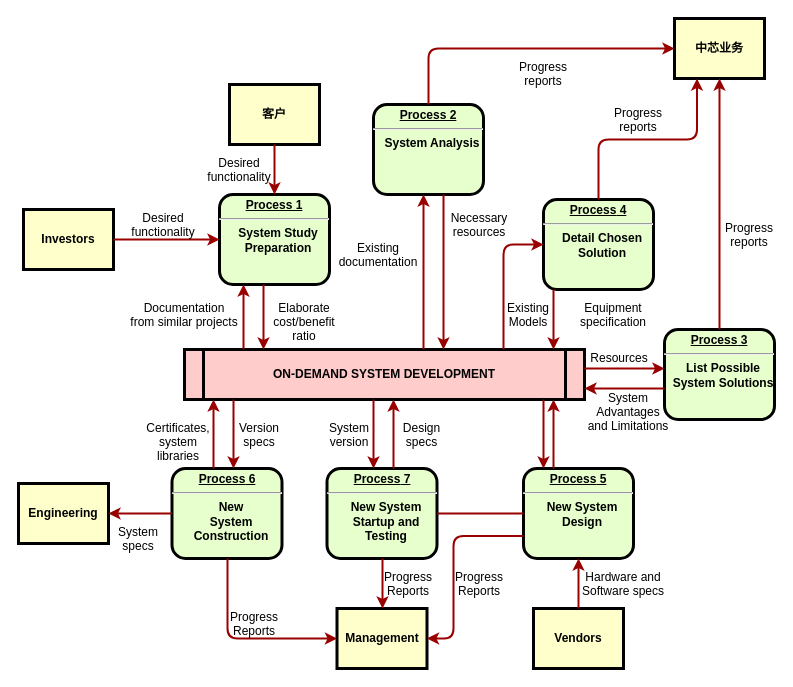
This is md/中芯供应链流程.drawio from techctu/Weki, a draw.io file, before an edit. Source tidied: cells renumbered, new cells numbered last; positions are measured from the earlier drawing's top-left corner, leaving out a move shared by most shapes. Both pictures are drawn from the tidied source at 100%, with x=0, y=0 at pixel (18, 18).
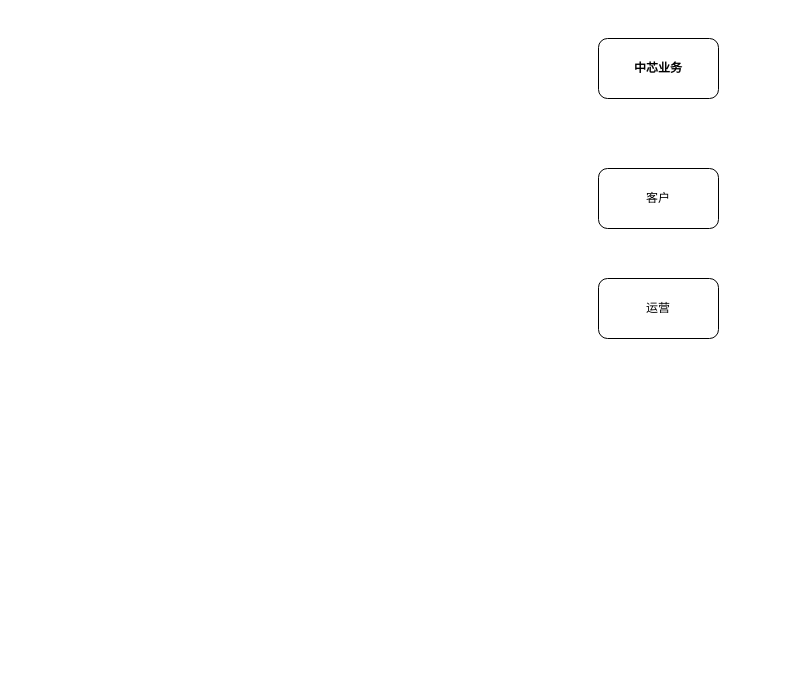
After the change.

Commit message (it also covers changes not shown here):
Update 中芯供应链流程.drawio

The edit, as a diff of the source:
```diff
@@
-    <mxCell id="2" value="&lt;p style=&quot;margin: 0px; margin-top: 4px; text-align: center; text-decoration: underline;&quot;&gt;&lt;strong&gt;Process 1&lt;br /&gt;&lt;/strong&gt;&lt;/p&gt;&lt;hr /&gt;&lt;p style=&quot;margin: 0px; margin-left: 8px;&quot;&gt;System Study&lt;/p&gt;&lt;p style=&quot;margin: 0px; margin-left: 8px;&quot;&gt;Preparation&lt;/p&gt;" style="verticalAlign=middle;align=center;overflow=fill;fontSize=12;fontFamily=Helvetica;html=1;rounded=1;fontStyle=1;strokeWidth=3;fillColor=#E6FFCC;" parent="1" vertex="1">
-      <mxGeometry x="201" y="176" width="110" height="90" as="geometry" />
-    </mxCell>
+    <mxCell id="11" value="&lt;b&gt;中芯业务&lt;/b&gt;" style="rounded=1;whiteSpace=wrap;html=1;" parent="1" vertex="1">
+      <mxGeometry x="580" y="20" width="120" height="60" as="geometry" />
+    </mxCell>
-    <mxCell id="3" value="客户" style="whiteSpace=wrap;align=center;verticalAlign=middle;fontStyle=1;strokeWidth=3;fillColor=#FFFFCC;" parent="1" vertex="1">
-      <mxGeometry x="211" y="66" width="90" height="60" as="geometry" />
+    <mxCell id="3" value="客户" style="rounded=1;whiteSpace=wrap;html=1;" parent="1" vertex="1">
+      <mxGeometry x="580" y="150" width="120" height="60" as="geometry" />
     </mxCell>
-    <mxCell id="4" value="Investors" style="whiteSpace=wrap;align=center;verticalAlign=middle;fontStyle=1;strokeWidth=3;fillColor=#FFFFCC;" parent="1" vertex="1">
-      <mxGeometry x="5" y="191" width="90" height="60" as="geometry" />
-    </mxCell>
-    <mxCell id="5" value="ON-DEMAND SYSTEM DEVELOPMENT" style="shape=process;whiteSpace=wrap;align=center;verticalAlign=middle;size=0.0475;fontStyle=1;strokeWidth=3;fillColor=#FFCCCC;" parent="1" vertex="1">
-      <mxGeometry x="166" y="331" width="400" height="50" as="geometry" />
-    </mxCell>
-    <mxCell id="6" value="&lt;p style=&quot;margin: 0px; margin-top: 4px; text-align: center; text-decoration: underline;&quot;&gt;&lt;strong&gt;Process 2&lt;br /&gt;&lt;/strong&gt;&lt;/p&gt;&lt;hr /&gt;&lt;p style=&quot;margin: 0px; margin-left: 8px;&quot;&gt;System Analysis&lt;/p&gt;" style="verticalAlign=middle;align=center;overflow=fill;fontSize=12;fontFamily=Helvetica;html=1;rounded=1;fontStyle=1;strokeWidth=3;fillColor=#E6FFCC;" parent="1" vertex="1">
-      <mxGeometry x="355" y="86" width="110" height="90" as="geometry" />
-    </mxCell>
-    <mxCell id="7" value="&lt;p style=&quot;margin: 0px; margin-top: 4px; text-align: center; text-decoration: underline;&quot;&gt;&lt;strong&gt;&lt;strong&gt;Process&lt;/strong&gt; 3&lt;br /&gt;&lt;/strong&gt;&lt;/p&gt;&lt;hr /&gt;&lt;p style=&quot;margin: 0px; margin-left: 8px;&quot;&gt;List Possible&lt;/p&gt;&lt;p style=&quot;margin: 0px; margin-left: 8px;&quot;&gt;System Solutions&lt;/p&gt;" style="verticalAlign=middle;align=center;overflow=fill;fontSize=12;fontFamily=Helvetica;html=1;rounded=1;fontStyle=1;strokeWidth=3;fillColor=#E6FFCC;" parent="1" vertex="1">
-      <mxGeometry x="646" y="311" width="110" height="90" as="geometry" />
-    </mxCell>
-    <mxCell id="8" value="&lt;p style=&quot;margin: 0px; margin-top: 4px; text-align: center; text-decoration: underline;&quot;&gt;&lt;strong&gt;&lt;strong&gt;Process&lt;/strong&gt; 4&lt;br /&gt;&lt;/strong&gt;&lt;/p&gt;&lt;hr /&gt;&lt;p style=&quot;margin: 0px; margin-left: 8px;&quot;&gt;Detail Chosen&lt;/p&gt;&lt;p style=&quot;margin: 0px; margin-left: 8px;&quot;&gt;Solution&lt;/p&gt;" style="verticalAlign=middle;align=center;overflow=fill;fontSize=12;fontFamily=Helvetica;html=1;rounded=1;fontStyle=1;strokeWidth=3;fillColor=#E6FFCC;" parent="1" vertex="1">
-      <mxGeometry x="525" y="181" width="110" height="90" as="geometry" />
-    </mxCell>
-    <mxCell id="9" value="&lt;p style=&quot;margin: 0px; margin-top: 4px; text-align: center; text-decoration: underline;&quot;&gt;&lt;strong&gt;&lt;strong&gt;Process&lt;/strong&gt; 5&lt;br /&gt;&lt;/strong&gt;&lt;/p&gt;&lt;hr /&gt;&lt;p style=&quot;margin: 0px; margin-left: 8px;&quot;&gt;New System&lt;/p&gt;&lt;p style=&quot;margin: 0px; margin-left: 8px;&quot;&gt;Design&lt;/p&gt;" style="verticalAlign=middle;align=center;overflow=fill;fontSize=12;fontFamily=Helvetica;html=1;rounded=1;fontStyle=1;strokeWidth=3;fillColor=#E6FFCC;" parent="1" vertex="1">
-      <mxGeometry x="505" y="450" width="110" height="90" as="geometry" />
-    </mxCell>
-    <mxCell id="10" value="&lt;p style=&quot;margin: 0px; margin-top: 4px; text-align: center; text-decoration: underline;&quot;&gt;&lt;strong&gt;&lt;strong&gt;Process&lt;/strong&gt; 6&lt;br /&gt;&lt;/strong&gt;&lt;/p&gt;&lt;hr /&gt;&lt;p style=&quot;margin: 0px; margin-left: 8px;&quot;&gt;New&lt;/p&gt;&lt;p style=&quot;margin: 0px; margin-left: 8px;&quot;&gt;System&lt;/p&gt;&lt;p style=&quot;margin: 0px; margin-left: 8px;&quot;&gt;Construction&lt;/p&gt;" style="verticalAlign=middle;align=center;overflow=fill;fontSize=12;fontFamily=Helvetica;html=1;rounded=1;fontStyle=1;strokeWidth=3;fillColor=#E6FFCC;" parent="1" vertex="1">
-      <mxGeometry x="153.5" y="450" width="110" height="90" as="geometry" />
-    </mxCell>
-    <mxCell id="11" value="中芯业务" style="whiteSpace=wrap;align=center;verticalAlign=middle;fontStyle=1;strokeWidth=3;fillColor=#FFFFCC;" parent="1" vertex="1">
-      <mxGeometry x="656" width="90" height="60" as="geometry" />
-    </mxCell>
-    <mxCell id="12" value="Management" style="whiteSpace=wrap;align=center;verticalAlign=middle;fontStyle=1;strokeWidth=3;fillColor=#FFFFCC;" parent="1" vertex="1">
-      <mxGeometry x="318.5" y="590" width="90" height="60" as="geometry" />
-    </mxCell>
-    <mxCell id="13" value="Engineering" style="whiteSpace=wrap;align=center;verticalAlign=middle;fontStyle=1;strokeWidth=3;fillColor=#FFFFCC;" parent="1" vertex="1">
-      <mxGeometry y="465" width="90" height="60" as="geometry" />
-    </mxCell>
-    <mxCell id="14" value="Vendors" style="whiteSpace=wrap;align=center;verticalAlign=middle;fontStyle=1;strokeWidth=3;fillColor=#FFFFCC;" parent="1" vertex="1">
-      <mxGeometry x="515" y="590" width="90" height="60" as="geometry" />
-    </mxCell>
-    <mxCell id="15" style="edgeStyle=none;noEdgeStyle=1;strokeColor=#990000;strokeWidth=2;" parent="1" edge="1" source="3" target="2">
-      <mxGeometry relative="1" as="geometry" />
-    </mxCell>
-    <mxCell id="16" style="edgeStyle=none;noEdgeStyle=1;strokeColor=#990000;strokeWidth=2;" parent="1" edge="1" source="4" target="2">
-      <mxGeometry relative="1" as="geometry" />
-    </mxCell>
-    <mxCell id="17" value="&lt;p style=&quot;margin: 0px; margin-top: 4px; text-align: center; text-decoration: underline;&quot;&gt;&lt;strong&gt;&lt;strong&gt;Process&lt;/strong&gt; 7&lt;br /&gt;&lt;/strong&gt;&lt;/p&gt;&lt;hr /&gt;&lt;p style=&quot;margin: 0px; margin-left: 8px;&quot;&gt;New System&lt;/p&gt;&lt;p style=&quot;margin: 0px; margin-left: 8px;&quot;&gt;Startup and&lt;/p&gt;&lt;p style=&quot;margin: 0px; margin-left: 8px;&quot;&gt;Testing&lt;/p&gt;" style="verticalAlign=middle;align=center;overflow=fill;fontSize=12;fontFamily=Helvetica;html=1;rounded=1;fontStyle=1;strokeWidth=3;fillColor=#E6FFCC;" parent="1" vertex="1">
-      <mxGeometry x="308.5" y="450" width="110" height="90" as="geometry" />
-    </mxCell>
-    <mxCell id="18" style="endArrow=none;noEdgeStyle=1;strokeColor=#990000;strokeWidth=2;" parent="1" edge="1" source="9" target="17">
-      <mxGeometry relative="1" as="geometry" />
-    </mxCell>
-    <mxCell id="19" value="Desired &#10;functionality" style="text;spacingTop=-5;align=center;" parent="1" vertex="1">
-      <mxGeometry x="130" y="191" width="30" height="20" as="geometry" />
-    </mxCell>
-    <mxCell id="20" value="Desired &#10;functionality" style="text;spacingTop=-5;align=center;" parent="1" vertex="1">
-      <mxGeometry x="206" y="136" width="30" height="20" as="geometry" />
-    </mxCell>
-    <mxCell id="21" value="Documentation&#10;from similar projects" style="text;spacingTop=-5;align=center;" parent="1" vertex="1">
-      <mxGeometry x="151" y="281" width="30" height="20" as="geometry" />
-    </mxCell>
-    <mxCell id="22" style="edgeStyle=elbowEdgeStyle;elbow=horizontal;strokeColor=#990000;strokeWidth=2;" parent="1" edge="1" source="5" target="2">
-      <mxGeometry relative="1" as="geometry">
-        <Array as="points">
-          <mxPoint x="225" y="310" />
-        </Array>
-      </mxGeometry>
-    </mxCell>
-    <mxCell id="23" style="edgeStyle=elbowEdgeStyle;elbow=horizontal;strokeColor=#990000;strokeWidth=2;" parent="1" edge="1" source="2" target="5">
-      <mxGeometry relative="1" as="geometry">
-        <Array as="points">
-          <mxPoint x="245" y="300" />
-        </Array>
-      </mxGeometry>
-    </mxCell>
-    <mxCell id="24" value="Elaborate&#10;cost/benefit&#10;ratio" style="text;spacingTop=-5;align=center;" parent="1" vertex="1">
-      <mxGeometry x="271" y="281" width="30" height="20" as="geometry" />
-    </mxCell>
-    <mxCell id="25" style="edgeStyle=elbowEdgeStyle;elbow=horizontal;strokeColor=#990000;strokeWidth=2;" parent="1" edge="1" source="5" target="6">
-      <mxGeometry relative="1" as="geometry">
-        <Array as="points">
-          <mxPoint x="405" y="250" />
-        </Array>
-      </mxGeometry>
-    </mxCell>
-    <mxCell id="26" style="edgeStyle=elbowEdgeStyle;elbow=horizontal;strokeColor=#990000;strokeWidth=2;" parent="1" edge="1" source="6" target="5">
-      <mxGeometry relative="1" as="geometry">
-        <Array as="points">
-          <mxPoint x="425" y="260" />
-        </Array>
-      </mxGeometry>
-    </mxCell>
-    <mxCell id="27" value="Existing&#10;documentation" style="text;spacingTop=-5;align=center;" parent="1" vertex="1">
-      <mxGeometry x="345" y="221" width="30" height="20" as="geometry" />
-    </mxCell>
-    <mxCell id="28" value="Necessary&#10;resources" style="text;spacingTop=-5;align=center;" parent="1" vertex="1">
-      <mxGeometry x="446" y="191" width="30" height="20" as="geometry" />
-    </mxCell>
-    <mxCell id="29" value="Progress&#10;reports" style="text;spacingTop=-5;align=center;" parent="1" vertex="1">
-      <mxGeometry x="510" y="40" width="30" height="20" as="geometry" />
-    </mxCell>
-    <mxCell id="30" value="Progress&#10;reports" style="text;spacingTop=-5;align=center;" parent="1" vertex="1">
-      <mxGeometry x="605" y="86" width="30" height="20" as="geometry" />
-    </mxCell>
-    <mxCell id="31" value="Progress&#10;reports" style="text;spacingTop=-5;align=center;" parent="1" vertex="1">
-      <mxGeometry x="716" y="201" width="30" height="20" as="geometry" />
-    </mxCell>
-    <mxCell id="32" style="edgeStyle=elbowEdgeStyle;elbow=horizontal;strokeColor=#990000;strokeWidth=2;" parent="1" edge="1" source="6" target="11">
-      <mxGeometry relative="1" as="geometry">
-        <Array as="points">
-          <mxPoint x="410" y="80" />
-        </Array>
-      </mxGeometry>
-    </mxCell>
-    <mxCell id="33" style="edgeStyle=elbowEdgeStyle;elbow=vertical;entryX=0.25;entryY=1;strokeColor=#990000;strokeWidth=2;" parent="1" edge="1" source="8" target="11">
-      <mxGeometry relative="1" as="geometry" />
-    </mxCell>
-    <mxCell id="34" style="edgeStyle=elbowEdgeStyle;elbow=horizontal;strokeColor=#990000;strokeWidth=2;" parent="1" edge="1" source="7" target="11">
-      <mxGeometry relative="1" as="geometry" />
-    </mxCell>
-    <mxCell id="35" style="edgeStyle=elbowEdgeStyle;elbow=horizontal;strokeColor=#990000;strokeWidth=2;" parent="1" edge="1" source="8" target="5">
-      <mxGeometry relative="1" as="geometry">
-        <Array as="points">
-          <mxPoint x="535" y="300" />
-        </Array>
-      </mxGeometry>
-    </mxCell>
-    <mxCell id="36" style="edgeStyle=segmentEdgeStyle;strokeColor=#990000;strokeWidth=2;" parent="1" edge="1" source="5" target="8">
-      <mxGeometry relative="1" as="geometry">
-        <Array as="points">
-          <mxPoint x="485" y="226" />
-        </Array>
-      </mxGeometry>
-    </mxCell>
-    <mxCell id="37" value="Existing&#10;Models" style="text;spacingTop=-5;align=center;" parent="1" vertex="1">
-      <mxGeometry x="495" y="281" width="30" height="20" as="geometry" />
-    </mxCell>
-    <mxCell id="38" value="Equipment&#10;specification" style="text;spacingTop=-5;align=center;" parent="1" vertex="1">
-      <mxGeometry x="580" y="281" width="30" height="20" as="geometry" />
-    </mxCell>
-    <mxCell id="39" style="edgeStyle=elbowEdgeStyle;elbow=vertical;strokeColor=#990000;strokeWidth=2;" parent="1" edge="1" source="5" target="7">
-      <mxGeometry relative="1" as="geometry">
-        <Array as="points">
-          <mxPoint x="615" y="350" />
-        </Array>
-      </mxGeometry>
-    </mxCell>
-    <mxCell id="40" style="edgeStyle=elbowEdgeStyle;elbow=vertical;strokeColor=#990000;strokeWidth=2;" parent="1" edge="1" source="7" target="5">
-      <mxGeometry relative="1" as="geometry">
-        <Array as="points">
-          <mxPoint x="615" y="370" />
-        </Array>
-      </mxGeometry>
-    </mxCell>
-    <mxCell id="41" value="Resources" style="text;spacingTop=-5;align=center;" parent="1" vertex="1">
-      <mxGeometry x="586" y="331" width="30" height="20" as="geometry" />
-    </mxCell>
-    <mxCell id="42" value="System &#10;Advantages &#10;and Limitations" style="text;spacingTop=-5;align=center;" parent="1" vertex="1">
-      <mxGeometry x="595" y="371" width="30" height="20" as="geometry" />
-    </mxCell>
-    <mxCell id="43" style="edgeStyle=elbowEdgeStyle;elbow=horizontal;strokeColor=#990000;strokeWidth=2;" parent="1" edge="1" source="9" target="5">
-      <mxGeometry relative="1" as="geometry">
-        <Array as="points">
-          <mxPoint x="535" y="410" />
-        </Array>
-      </mxGeometry>
-    </mxCell>
-    <mxCell id="44" style="edgeStyle=elbowEdgeStyle;elbow=horizontal;strokeColor=#990000;strokeWidth=2;" parent="1" edge="1" source="5" target="9">
-      <mxGeometry relative="1" as="geometry">
-        <Array as="points">
-          <mxPoint x="525" y="420" />
-        </Array>
-      </mxGeometry>
-    </mxCell>
-    <mxCell id="45" style="edgeStyle=elbowEdgeStyle;elbow=horizontal;strokeColor=#990000;strokeWidth=2;" parent="1" edge="1" source="14" target="9">
-      <mxGeometry relative="1" as="geometry" />
-    </mxCell>
-    <mxCell id="46" value="Hardware and&#10;Software specs" style="text;spacingTop=-5;align=center;" parent="1" vertex="1">
-      <mxGeometry x="590" y="550" width="30" height="20" as="geometry" />
-    </mxCell>
-    <mxCell id="47" style="edgeStyle=elbowEdgeStyle;elbow=horizontal;exitX=0;exitY=0.75;strokeColor=#990000;strokeWidth=2;" parent="1" edge="1" source="9" target="12">
-      <mxGeometry relative="1" as="geometry">
-        <Array as="points">
-          <mxPoint x="435" y="570" />
-        </Array>
-      </mxGeometry>
-    </mxCell>
-    <mxCell id="48" value="Progress&#10;Reports" style="text;spacingTop=-5;align=center;" parent="1" vertex="1">
-      <mxGeometry x="446" y="550" width="30" height="20" as="geometry" />
-    </mxCell>
-    <mxCell id="49" style="edgeStyle=elbowEdgeStyle;elbow=horizontal;strokeColor=#990000;strokeWidth=2;" parent="1" edge="1" source="17" target="12">
-      <mxGeometry relative="1" as="geometry" />
-    </mxCell>
-    <mxCell id="50" value="Progress&#10;Reports" style="text;spacingTop=-5;align=center;" parent="1" vertex="1">
-      <mxGeometry x="375" y="550" width="30" height="20" as="geometry" />
-    </mxCell>
-    <mxCell id="51" style="edgeStyle=elbowEdgeStyle;elbow=horizontal;strokeColor=#990000;strokeWidth=2;" parent="1" edge="1" source="10" target="12">
-      <mxGeometry relative="1" as="geometry">
-        <Array as="points">
-          <mxPoint x="209" y="570" />
-        </Array>
-      </mxGeometry>
-    </mxCell>
-    <mxCell id="52" value="Progress&#10;Reports" style="text;spacingTop=-5;align=center;" parent="1" vertex="1">
-      <mxGeometry x="221" y="590" width="30" height="20" as="geometry" />
-    </mxCell>
-    <mxCell id="53" style="edgeStyle=elbowEdgeStyle;elbow=vertical;strokeColor=#990000;strokeWidth=2;" parent="1" edge="1" source="10" target="13">
-      <mxGeometry relative="1" as="geometry" />
-    </mxCell>
-    <mxCell id="54" style="edgeStyle=elbowEdgeStyle;elbow=horizontal;strokeColor=#990000;strokeWidth=2;" parent="1" edge="1" source="5" target="17">
-      <mxGeometry relative="1" as="geometry">
-        <Array as="points">
-          <mxPoint x="355" y="410" />
-        </Array>
-      </mxGeometry>
-    </mxCell>
-    <mxCell id="55" style="edgeStyle=elbowEdgeStyle;elbow=horizontal;strokeColor=#990000;strokeWidth=2;" parent="1" edge="1" source="17" target="5">
-      <mxGeometry relative="1" as="geometry">
-        <Array as="points">
-          <mxPoint x="375" y="410" />
-        </Array>
-      </mxGeometry>
-    </mxCell>
-    <mxCell id="56" value="Version&#10;specs" style="text;spacingTop=-5;align=center;" parent="1" vertex="1">
-      <mxGeometry x="226" y="401" width="30" height="20" as="geometry" />
-    </mxCell>
-    <mxCell id="57" value="Certificates,&#10;system&#10;libraries" style="text;spacingTop=-5;align=center;" parent="1" vertex="1">
-      <mxGeometry x="145" y="401" width="30" height="20" as="geometry" />
-    </mxCell>
-    <mxCell id="58" style="edgeStyle=elbowEdgeStyle;elbow=horizontal;strokeColor=#990000;strokeWidth=2;" parent="1" edge="1" source="5" target="10">
-      <mxGeometry relative="1" as="geometry">
-        <Array as="points">
-          <mxPoint x="215" y="410" />
-        </Array>
-      </mxGeometry>
-    </mxCell>
-    <mxCell id="59" style="edgeStyle=elbowEdgeStyle;elbow=horizontal;strokeColor=#990000;strokeWidth=2;" parent="1" edge="1" source="10" target="5">
-      <mxGeometry relative="1" as="geometry">
-        <Array as="points">
-          <mxPoint x="195" y="410" />
-        </Array>
-      </mxGeometry>
-    </mxCell>
-    <mxCell id="60" value="System&#10;specs" style="text;spacingTop=-5;align=center;" parent="1" vertex="1">
-      <mxGeometry x="105" y="505" width="30" height="20" as="geometry" />
-    </mxCell>
-    <mxCell id="61" value="Design&#10;specs" style="text;spacingTop=-5;align=center;" parent="1" vertex="1">
-      <mxGeometry x="388.5" y="401" width="30" height="20" as="geometry" />
-    </mxCell>
-    <mxCell id="62" value="System&#10;version" style="text;spacingTop=-5;align=center;" parent="1" vertex="1">
-      <mxGeometry x="316" y="401" width="30" height="20" as="geometry" />
-    </mxCell>
+    <mxCell id="63" value="运营" style="rounded=1;whiteSpace=wrap;html=1;" parent="1" vertex="1">
+      <mxGeometry x="580" y="260" width="120" height="60" as="geometry" />
+    </mxCell>
```
